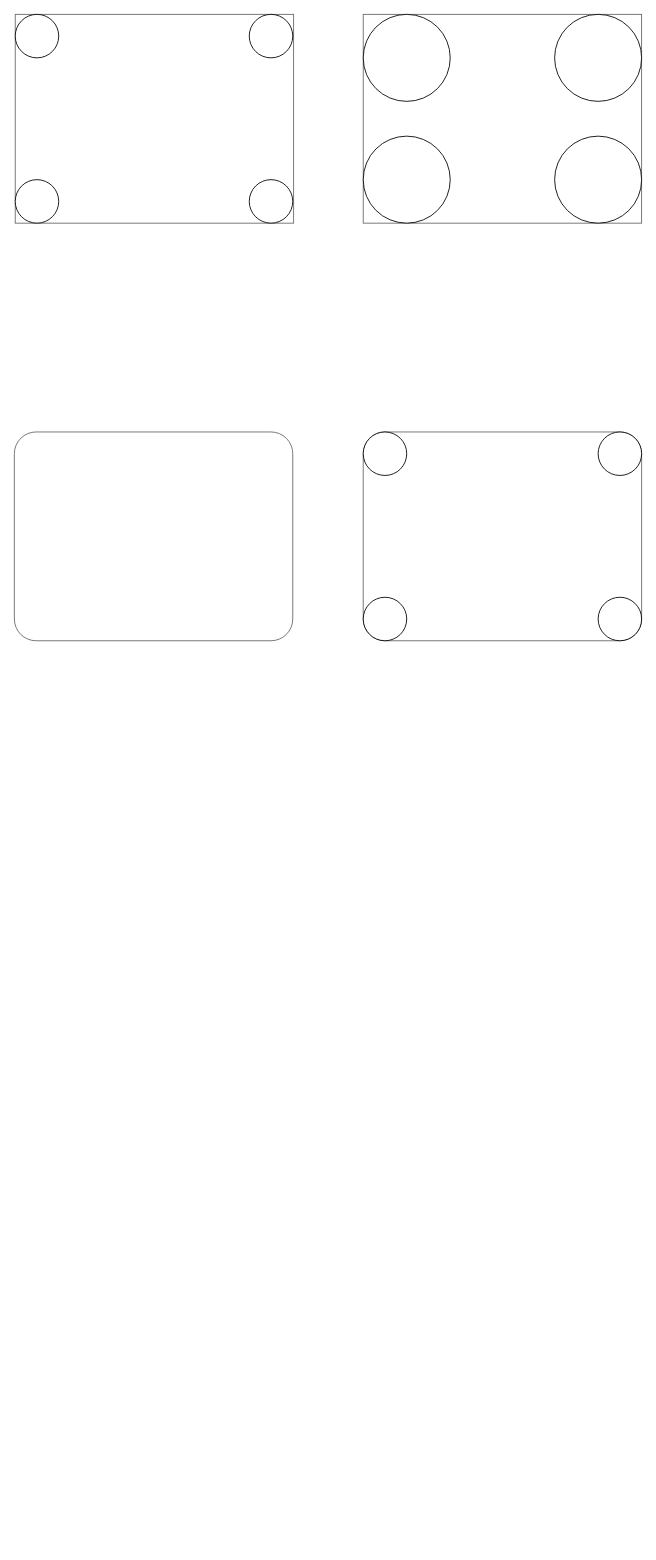
This is note/diagrams/round-rect.dio from iaosee/html5-canvas-core, a draw.io file, before an edit. Source tidied: cells renumbered, new cells numbered last; positions are measured from the earlier drawing's top-left corner, leaving out a move shared by most shapes. Both pictures are drawn from the tidied source at 87%, with x=0, y=0 at pixel (14, 14).
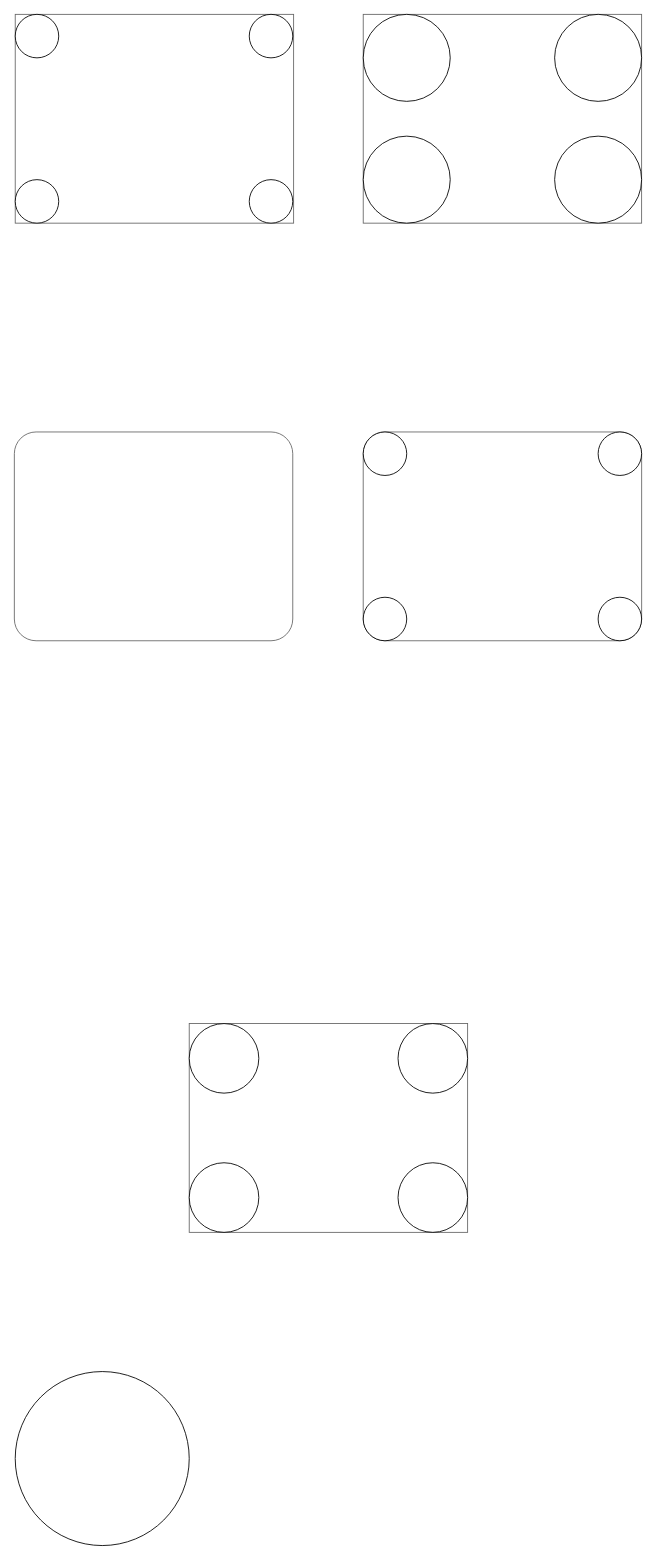
Above is the later version.

Change to the diagram source:
```diff
@@
+    <mxCell id="18" style="ellipse;whiteSpace=wrap;html=1;" parent="1" vertex="1">
+      <mxGeometry x="1" y="1560" width="200" height="200" as="geometry" />
+    </mxCell>
+    <mxCell id="19" style="rounded=0;whiteSpace=wrap;html=1;strokeColor=#666666;" parent="1" vertex="1">
+      <mxGeometry x="201" y="1160" width="320" height="240" as="geometry" />
+    </mxCell>
+    <mxCell id="20" style="ellipse;whiteSpace=wrap;html=1;" parent="1" vertex="1">
+      <mxGeometry x="441" y="1160" width="80" height="80" as="geometry" />
+    </mxCell>
+    <mxCell id="21" style="ellipse;whiteSpace=wrap;html=1;" parent="1" vertex="1">
+      <mxGeometry x="441" y="1320" width="80" height="80" as="geometry" />
+    </mxCell>
+    <mxCell id="22" style="ellipse;whiteSpace=wrap;html=1;" parent="1" vertex="1">
+      <mxGeometry x="201" y="1320" width="80" height="80" as="geometry" />
+    </mxCell>
+    <mxCell id="23" style="ellipse;whiteSpace=wrap;html=1;sketch=0;" parent="1" vertex="1">
+      <mxGeometry x="201" y="1160" width="80" height="80" as="geometry" />
+    </mxCell>
```
